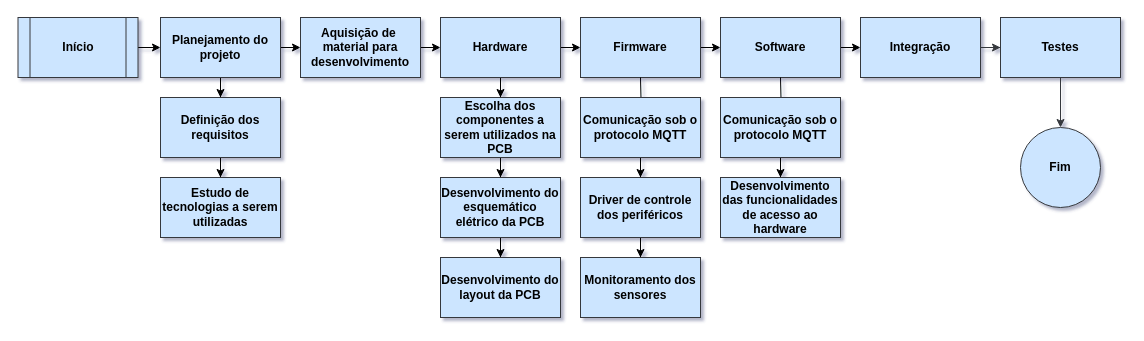
Before: Diagramas/Development_flow.drawio in carvalhodemagno/TCC_Latex, a draw.io diagram. Source tidied: cells renumbered, new cells numbered last; positions are measured from the earlier drawing's top-left corner, leaving out a move shared by most shapes. Both pictures are drawn from the tidied source at 100%, with x=0, y=0 at pixel (18, 17).
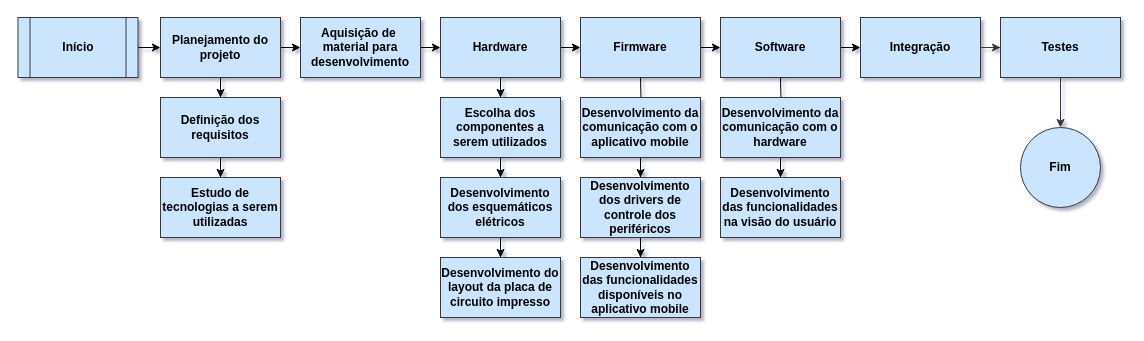
The same diagram, later.

What changed in the source:
```diff
@@
-    <mxCell id="16" value="Escolha dos componentes a serem utilizados na PCB" style="rounded=0;whiteSpace=wrap;html=1;fillColor=#cce5ff;strokeColor=#36393d;fontStyle=1;" parent="1" vertex="1">
+    <mxCell id="16" value="Escolha dos componentes a serem utilizados" style="rounded=0;whiteSpace=wrap;html=1;fillColor=#cce5ff;strokeColor=#36393d;fontStyle=1;" parent="1" vertex="1">
       <mxGeometry x="422" y="80" width="120" height="60" as="geometry" />
     </mxCell>
@@
-    <mxCell id="18" value="Desenvolvimento do esquemático elétrico da PCB" style="rounded=0;whiteSpace=wrap;html=1;fillColor=#cce5ff;strokeColor=#36393d;fontStyle=1;" parent="1" vertex="1">
+    <mxCell id="18" value="Desenvolvimento dos esquemáticos elétricos" style="rounded=0;whiteSpace=wrap;html=1;fillColor=#cce5ff;strokeColor=#36393d;fontStyle=1;" parent="1" vertex="1">
       <mxGeometry x="422" y="160" width="120" height="60" as="geometry" />
     </mxCell>
-    <mxCell id="19" value="Desenvolvimento do layout da PCB" style="rounded=0;whiteSpace=wrap;html=1;fillColor=#cce5ff;strokeColor=#36393d;fontStyle=1;" parent="1" vertex="1">
+    <mxCell id="19" value="Desenvolvimento do layout da placa de circuito impresso" style="rounded=0;whiteSpace=wrap;html=1;fillColor=#cce5ff;strokeColor=#36393d;fontStyle=1;" parent="1" vertex="1">
       <mxGeometry x="422" y="240" width="120" height="60" as="geometry" />
     </mxCell>
@@
-    <mxCell id="31" value="Comunicação sob o protocolo MQTT" style="rounded=0;whiteSpace=wrap;html=1;fillColor=#cce5ff;strokeColor=#36393d;fontStyle=1;" parent="1" vertex="1">
+    <mxCell id="31" value="Desenvolvimento da comunicação com o aplicativo mobile" style="rounded=0;whiteSpace=wrap;html=1;fillColor=#cce5ff;strokeColor=#36393d;fontStyle=1;" parent="1" vertex="1">
       <mxGeometry x="562" y="80" width="120" height="60" as="geometry" />
     </mxCell>
@@
-    <mxCell id="33" value="Driver de controle dos periféricos" style="rounded=0;whiteSpace=wrap;html=1;fillColor=#cce5ff;strokeColor=#36393d;fontStyle=1;" parent="1" vertex="1">
+    <mxCell id="33" value="Desenvolvimento dos drivers de controle dos periféricos" style="rounded=0;whiteSpace=wrap;html=1;fillColor=#cce5ff;strokeColor=#36393d;fontStyle=1;" parent="1" vertex="1">
       <mxGeometry x="562" y="160" width="120" height="60" as="geometry" />
     </mxCell>
-    <mxCell id="34" value="Monitoramento dos sensores" style="rounded=0;whiteSpace=wrap;html=1;fillColor=#cce5ff;strokeColor=#36393d;fontStyle=1;" parent="1" vertex="1">
+    <mxCell id="34" value="Desenvolvimento das funcionalidades disponíveis no aplicativo mobile" style="rounded=0;whiteSpace=wrap;html=1;fillColor=#cce5ff;strokeColor=#36393d;fontStyle=1;" parent="1" vertex="1">
       <mxGeometry x="562" y="240" width="120" height="60" as="geometry" />
     </mxCell>
@@
-    <mxCell id="37" value="Comunicação sob o protocolo MQTT" style="rounded=0;whiteSpace=wrap;html=1;fillColor=#cce5ff;strokeColor=#36393d;fontStyle=1;" parent="1" vertex="1">
+    <mxCell id="37" value="Desenvolvimento da comunicação com o hardware" style="rounded=0;whiteSpace=wrap;html=1;fillColor=#cce5ff;strokeColor=#36393d;fontStyle=1;" parent="1" vertex="1">
       <mxGeometry x="702" y="80" width="120" height="60" as="geometry" />
     </mxCell>
-    <mxCell id="38" value="Desenvolvimento das funcionalidades de acesso ao hardware" style="rounded=0;whiteSpace=wrap;html=1;fillColor=#cce5ff;strokeColor=#36393d;fontStyle=1;" parent="1" vertex="1">
+    <mxCell id="38" value="Desenvolvimento das funcionalidades na visão do usuário" style="rounded=0;whiteSpace=wrap;html=1;fillColor=#cce5ff;strokeColor=#36393d;fontStyle=1;" parent="1" vertex="1">
       <mxGeometry x="702" y="160" width="120" height="60" as="geometry" />
     </mxCell>
```
